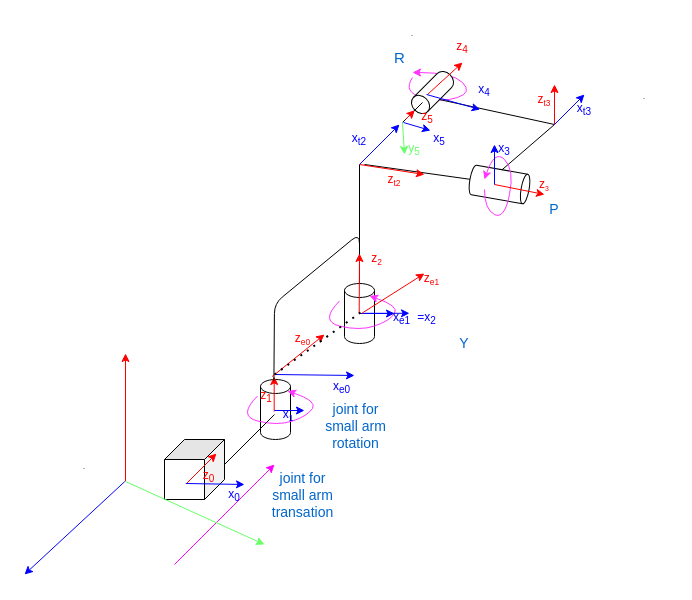
This is modeling/vscode_draw/handel_DH_ver3.drawio from Ouch-Lee/diploma_project, a draw.io file, before an edit. Source tidied: cells renumbered, new cells numbered last; positions are measured from the earlier drawing's top-left corner, leaving out a move shared by most shapes. Both pictures are drawn from the tidied source at 100%, with x=0, y=0 at pixel (24, 17).
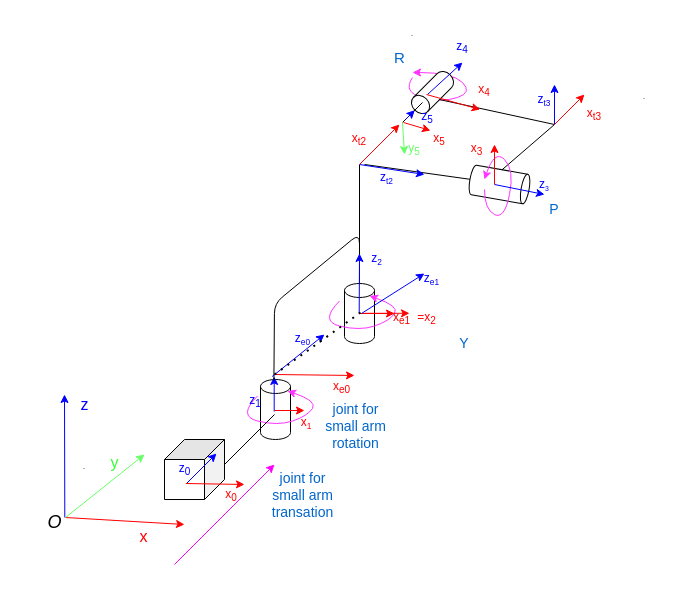
After the change.

Unchanged cells that the change refers to:
```xml
<mxCell id="11" style="shape=cylinder3;whiteSpace=wrap;html=1;boundedLbl=1;backgroundOutline=1;size=8.07968978321702;fontColor=#66FF66;rotation=-135;" parent="1" vertex="1">
  <mxGeometry x="398" y="50" width="20" height="50" as="geometry" />
</mxCell>
```

Diff of the diagram source:
```diff
@@
-    <mxCell id="14" style="endArrow=classic;html=1;strokeColor=#FF0000;" parent="1" edge="1">
+    <mxCell id="14" style="endArrow=classic;html=1;strokeColor=#0000FF;" parent="1" edge="1">
       <mxGeometry relative="1" as="geometry">
         <mxPoint x="162" y="466" as="sourcePoint" />
         <mxPoint x="192" y="436" as="targetPoint" />
       </mxGeometry>
     </mxCell>
-    <mxCell id="15" style="endArrow=classic;html=1;strokeColor=#FF0000;" parent="1" edge="1">
+    <mxCell id="15" style="endArrow=classic;html=1;strokeColor=#0000FF;" parent="1" edge="1">
       <mxGeometry relative="1" as="geometry">
         <mxPoint x="530" y="107" as="sourcePoint" />
         <mxPoint x="530" y="67" as="targetPoint" />
       </mxGeometry>
     </mxCell>
-    <mxCell id="16" style="endArrow=classic;html=1;strokeColor=#FF0000;" parent="1" edge="1">
+    <mxCell id="16" style="endArrow=classic;html=1;strokeColor=#0000FF;" parent="1" edge="1">
       <mxGeometry relative="1" as="geometry">
         <mxPoint x="470" y="167" as="sourcePoint" />
         <mxPoint x="520" y="177" as="targetPoint" />
       </mxGeometry>
     </mxCell>
-    <mxCell id="17" style="endArrow=classic;html=1;strokeColor=#FF0000;" parent="1" edge="1">
+    <mxCell id="17" style="endArrow=classic;html=1;strokeColor=#0000FF;" parent="1" edge="1">
       <mxGeometry relative="1" as="geometry">
         <mxPoint x="335" y="147" as="sourcePoint" />
         <mxPoint x="400" y="157" as="targetPoint" />
       </mxGeometry>
     </mxCell>
-    <mxCell id="18" style="endArrow=classic;html=1;strokeColor=#FF0000;" parent="1" edge="1">
+    <mxCell id="18" style="endArrow=classic;html=1;strokeColor=#0000FF;" parent="1" edge="1">
       <mxGeometry relative="1" as="geometry">
         <mxPoint x="249.7" y="394" as="sourcePoint" />
         <mxPoint x="249.7" y="359" as="targetPoint" />
       </mxGeometry>
     </mxCell>
-    <mxCell id="19" style="endArrow=classic;html=1;strokeColor=#FF0000;entryX=0.5;entryY=1;entryDx=0;entryDy=0;" parent="1" edge="1" target="41">
+    <mxCell id="19" style="endArrow=classic;html=1;strokeColor=#0000FF;entryX=0.5;entryY=1;entryDx=0;entryDy=0;" parent="1" edge="1" target="41">
       <mxGeometry relative="1" as="geometry">
         <mxPoint x="403" y="77" as="sourcePoint" />
       </mxGeometry>
     </mxCell>
-    <mxCell id="20" style="endArrow=classic;html=1;strokeColor=#0000FF;" parent="1" edge="1">
+    <mxCell id="20" style="endArrow=classic;html=1;strokeColor=#FF0000;" parent="1" edge="1">
       <mxGeometry relative="1" as="geometry">
         <mxPoint x="161.3" y="466" as="sourcePoint" />
         <mxPoint x="220" y="467" as="targetPoint" />
       </mxGeometry>
     </mxCell>
-    <mxCell id="21" style="endArrow=classic;html=1;strokeColor=#0000FF;" parent="1" edge="1">
+    <mxCell id="21" style="endArrow=classic;html=1;strokeColor=#FF0000;" parent="1" edge="1">
       <mxGeometry relative="1" as="geometry">
         <mxPoint x="250" y="393" as="sourcePoint" />
         <mxPoint x="280" y="393" as="targetPoint" />
       </mxGeometry>
     </mxCell>
-    <mxCell id="22" style="endArrow=classic;html=1;strokeColor=#0000FF;" parent="1" edge="1">
+    <mxCell id="22" style="endArrow=classic;html=1;strokeColor=#FF0000;" parent="1" edge="1">
       <mxGeometry relative="1" as="geometry">
         <mxPoint x="335" y="147" as="sourcePoint" />
         <mxPoint x="375" y="107" as="targetPoint" />
       </mxGeometry>
     </mxCell>
-    <mxCell id="23" style="endArrow=classic;html=1;strokeColor=#0000FF;" parent="1" edge="1">
+    <mxCell id="23" style="endArrow=classic;html=1;strokeColor=#FF0000;" parent="1" edge="1">
       <mxGeometry relative="1" as="geometry">
         <mxPoint x="470" y="167" as="sourcePoint" />
         <mxPoint x="470" y="127" as="targetPoint" />
       </mxGeometry>
     </mxCell>
-    <mxCell id="24" style="endArrow=classic;html=1;strokeColor=#0000FF;" parent="1" edge="1">
+    <mxCell id="24" style="endArrow=classic;html=1;strokeColor=#FF0000;" parent="1" edge="1">
       <mxGeometry relative="1" as="geometry">
         <mxPoint x="530" y="107" as="sourcePoint" />
         <mxPoint x="560" y="77" as="targetPoint" />
       </mxGeometry>
     </mxCell>
-    <mxCell id="25" style="endArrow=classic;html=1;strokeColor=#0000FF;entryX=0.127;entryY=1.066;entryDx=0;entryDy=0;entryPerimeter=0;" parent="1" edge="1">
+    <mxCell id="25" style="endArrow=classic;html=1;strokeColor=#FF0000;entryX=0.127;entryY=1.066;entryDx=0;entryDy=0;entryPerimeter=0;" parent="1" edge="1">
       <mxGeometry relative="1" as="geometry">
         <mxPoint x="402" y="77" as="sourcePoint" />
         <mxPoint x="455.6" y="92" as="targetPoint" />
       </mxGeometry>
     </mxCell>
-    <mxCell id="26" value="z&lt;sub&gt;0&lt;/sub&gt;" style="text;html=1;strokeColor=none;fillColor=none;align=center;verticalAlign=middle;whiteSpace=wrap;rounded=0;fontColor=#FF0000;" parent="1" vertex="1">
-      <mxGeometry x="159" y="447" width="51" height="23" as="geometry" />
+    <mxCell id="26" value="&lt;font color=&quot;#0000ff&quot;&gt;z&lt;sub&gt;0&lt;/sub&gt;&lt;/font&gt;" style="text;html=1;strokeColor=none;fillColor=none;align=center;verticalAlign=middle;whiteSpace=wrap;rounded=0;fontColor=#FF0000;" parent="1" vertex="1">
+      <mxGeometry x="140" y="440.5" width="41" height="23" as="geometry" />
     </mxCell>
-    <mxCell id="27" value="z&lt;sub&gt;1&lt;/sub&gt;" style="text;html=1;strokeColor=none;fillColor=none;align=center;verticalAlign=middle;whiteSpace=wrap;rounded=0;fontColor=#FF0000;" parent="1" vertex="1">
-      <mxGeometry x="212" y="364" width="60" height="30" as="geometry" />
+    <mxCell id="27" value="&lt;font color=&quot;#0000ff&quot;&gt;z&lt;sub&gt;1&lt;/sub&gt;&lt;/font&gt;" style="text;html=1;strokeColor=none;fillColor=none;align=center;verticalAlign=middle;whiteSpace=wrap;rounded=0;fontColor=#FF0000;" parent="1" vertex="1">
+      <mxGeometry x="212" y="375" width="38" height="17" as="geometry" />
     </mxCell>
-    <mxCell id="28" value="z&lt;span style=&quot;font-size: 8.33333px&quot;&gt;&lt;sub&gt;3&lt;/sub&gt;&lt;/span&gt;" style="text;html=1;strokeColor=none;fillColor=none;align=center;verticalAlign=middle;whiteSpace=wrap;rounded=0;fontColor=#FF0000;" parent="1" vertex="1">
+    <mxCell id="28" value="&lt;font color=&quot;#0000ff&quot;&gt;z&lt;span style=&quot;font-size: 8.33333px&quot;&gt;&lt;sub&gt;3&lt;/sub&gt;&lt;/span&gt;&lt;/font&gt;" style="text;html=1;strokeColor=none;fillColor=none;align=center;verticalAlign=middle;whiteSpace=wrap;rounded=0;fontColor=#FF0000;" parent="1" vertex="1">
       <mxGeometry x="490" y="152" width="60" height="30" as="geometry" />
     </mxCell>
-    <mxCell id="29" value="z&lt;span style=&quot;font-size: 10px&quot;&gt;&lt;sub&gt;t2&lt;/sub&gt;&lt;/span&gt;" style="text;html=1;strokeColor=none;fillColor=none;align=center;verticalAlign=middle;whiteSpace=wrap;rounded=0;fontColor=#FF0000;" parent="1" vertex="1">
-      <mxGeometry x="340" y="147" width="60" height="30" as="geometry" />
+    <mxCell id="29" value="&lt;font color=&quot;#0000ff&quot;&gt;z&lt;span style=&quot;font-size: 10px&quot;&gt;&lt;sub&gt;t2&lt;/sub&gt;&lt;/span&gt;&lt;/font&gt;" style="text;html=1;strokeColor=none;fillColor=none;align=center;verticalAlign=middle;whiteSpace=wrap;rounded=0;fontColor=#FF0000;" parent="1" vertex="1">
+      <mxGeometry x="340" y="152" width="45" height="15" as="geometry" />
     </mxCell>
-    <mxCell id="30" value="z&lt;span style=&quot;font-size: 10px&quot;&gt;&lt;sub&gt;t3&lt;/sub&gt;&lt;/span&gt;" style="text;html=1;strokeColor=none;fillColor=none;align=center;verticalAlign=middle;whiteSpace=wrap;rounded=0;fontColor=#FF0000;" parent="1" vertex="1">
+    <mxCell id="30" value="&lt;font color=&quot;#0000ff&quot;&gt;z&lt;span style=&quot;font-size: 10px&quot;&gt;&lt;sub&gt;t3&lt;/sub&gt;&lt;/span&gt;&lt;/font&gt;" style="text;html=1;strokeColor=none;fillColor=none;align=center;verticalAlign=middle;whiteSpace=wrap;rounded=0;fontColor=#FF0000;" parent="1" vertex="1">
       <mxGeometry x="490" y="67" width="60" height="30" as="geometry" />
     </mxCell>
-    <mxCell id="31" value="x&lt;sub&gt;0&lt;/sub&gt;" style="text;html=1;strokeColor=none;fillColor=none;align=center;verticalAlign=middle;whiteSpace=wrap;rounded=0;fontColor=#0000FF;" parent="1" vertex="1">
-      <mxGeometry x="184" y="470" width="52" height="16" as="geometry" />
+    <mxCell id="31" value="&lt;font color=&quot;#ff0000&quot;&gt;x&lt;sub&gt;0&lt;/sub&gt;&lt;/font&gt;" style="text;html=1;strokeColor=none;fillColor=none;align=center;verticalAlign=middle;whiteSpace=wrap;rounded=0;fontColor=#0000FF;" parent="1" vertex="1">
+      <mxGeometry x="181" y="470" width="52" height="16" as="geometry" />
     </mxCell>
-    <mxCell id="32" value="x&lt;span style=&quot;font-size: 10px&quot;&gt;&lt;sub&gt;1&lt;/sub&gt;&lt;/span&gt;" style="text;html=1;strokeColor=none;fillColor=none;align=center;verticalAlign=middle;whiteSpace=wrap;rounded=0;fontColor=#0000FF;" parent="1" vertex="1">
-      <mxGeometry x="234" y="382" width="60" height="30" as="geometry" />
+    <mxCell id="32" value="&lt;font color=&quot;#ff0000&quot;&gt;x&lt;span style=&quot;font-size: 10px&quot;&gt;&lt;sub&gt;1&lt;/sub&gt;&lt;/span&gt;&lt;/font&gt;" style="text;html=1;strokeColor=none;fillColor=none;align=center;verticalAlign=middle;whiteSpace=wrap;rounded=0;fontColor=#0000FF;" parent="1" vertex="1">
+      <mxGeometry x="259" y="392" width="46" height="25" as="geometry" />
     </mxCell>
-    <mxCell id="33" value="x&lt;sub&gt;3&lt;/sub&gt;" style="text;html=1;strokeColor=none;fillColor=none;align=center;verticalAlign=middle;whiteSpace=wrap;rounded=0;fontColor=#0000FF;" parent="1" vertex="1">
-      <mxGeometry x="450" y="117" width="60" height="30" as="geometry" />
+    <mxCell id="33" value="&lt;font color=&quot;#ff0000&quot;&gt;x&lt;sub&gt;3&lt;/sub&gt;&lt;/font&gt;" style="text;html=1;strokeColor=none;fillColor=none;align=center;verticalAlign=middle;whiteSpace=wrap;rounded=0;fontColor=#0000FF;" parent="1" vertex="1">
+      <mxGeometry x="435" y="122" width="35" height="19" as="geometry" />
     </mxCell>
-    <mxCell id="34" value="x&lt;sub&gt;4&lt;/sub&gt;" style="text;html=1;strokeColor=none;fillColor=none;align=center;verticalAlign=middle;whiteSpace=wrap;rounded=0;fontColor=#0000FF;" parent="1" vertex="1">
+    <mxCell id="34" value="&lt;font color=&quot;#ff0000&quot;&gt;x&lt;sub&gt;4&lt;/sub&gt;&lt;/font&gt;" style="text;html=1;strokeColor=none;fillColor=none;align=center;verticalAlign=middle;whiteSpace=wrap;rounded=0;fontColor=#0000FF;" parent="1" vertex="1">
       <mxGeometry x="440" y="65" width="40" height="16" as="geometry" />
     </mxCell>
-    <mxCell id="35" value="x&lt;sub&gt;t2&lt;/sub&gt;" style="text;html=1;strokeColor=none;fillColor=none;align=center;verticalAlign=middle;whiteSpace=wrap;rounded=0;fontColor=#0000FF;" parent="1" vertex="1">
+    <mxCell id="35" value="&lt;font color=&quot;#ff0000&quot;&gt;x&lt;sub&gt;t2&lt;/sub&gt;&lt;/font&gt;" style="text;html=1;strokeColor=none;fillColor=none;align=center;verticalAlign=middle;whiteSpace=wrap;rounded=0;fontColor=#0000FF;" parent="1" vertex="1">
       <mxGeometry x="305" y="107" width="60" height="30" as="geometry" />
     </mxCell>
-    <mxCell id="36" value="x&lt;sub&gt;t3&lt;/sub&gt;" style="text;html=1;strokeColor=none;fillColor=none;align=center;verticalAlign=middle;whiteSpace=wrap;rounded=0;fontColor=#0000FF;" parent="1" vertex="1">
-      <mxGeometry x="530" y="77" width="60" height="30" as="geometry" />
+    <mxCell id="36" value="&lt;font color=&quot;#ff0000&quot;&gt;x&lt;sub&gt;t3&lt;/sub&gt;&lt;/font&gt;" style="text;html=1;strokeColor=none;fillColor=none;align=center;verticalAlign=middle;whiteSpace=wrap;rounded=0;fontColor=#0000FF;" parent="1" vertex="1">
+      <mxGeometry x="550" y="87" width="40" height="20" as="geometry" />
     </mxCell>
@@
-    <mxCell id="38" style="endArrow=classic;html=1;strokeColor=#0000FF;entryX=0;entryY=0;entryDx=0;entryDy=0;" parent="1" edge="1">
+    <mxCell id="38" style="endArrow=classic;html=1;strokeColor=#FF0000;entryX=0;entryY=0;entryDx=0;entryDy=0;" parent="1" edge="1">
       <mxGeometry relative="1" as="geometry">
         <mxPoint x="379" y="105" as="sourcePoint" />
         <mxPoint x="406" y="113" as="targetPoint" />
       </mxGeometry>
     </mxCell>
-    <mxCell id="39" style="endArrow=classic;html=1;strokeColor=#FF0000;entryX=0.5;entryY=0;entryDx=0;entryDy=0;entryPerimeter=0;" parent="1" edge="1" target="11">
+    <mxCell id="39" style="endArrow=classic;html=1;strokeColor=#0000FF;entryX=0.5;entryY=0;entryDx=0;entryDy=0;entryPerimeter=0;" parent="1" edge="1" target="11">
       <mxGeometry relative="1" as="geometry">
         <mxPoint x="381" y="102" as="sourcePoint" />
       </mxGeometry>
     </mxCell>
@@
-    <mxCell id="41" value="z&lt;sub&gt;4&lt;/sub&gt;" style="text;html=1;strokeColor=none;fillColor=none;align=center;verticalAlign=middle;whiteSpace=wrap;rounded=0;fontColor=#FF0000;" parent="1" vertex="1">
+    <mxCell id="41" value="&lt;font color=&quot;#0000ff&quot;&gt;z&lt;sub&gt;4&lt;/sub&gt;&lt;/font&gt;" style="text;html=1;strokeColor=none;fillColor=none;align=center;verticalAlign=middle;whiteSpace=wrap;rounded=0;fontColor=#FF0000;" parent="1" vertex="1">
       <mxGeometry x="408" y="15" width="60" height="30" as="geometry" />
     </mxCell>
-    <mxCell id="42" value="z&lt;sub&gt;5&lt;/sub&gt;" style="text;html=1;strokeColor=none;fillColor=none;align=center;verticalAlign=middle;whiteSpace=wrap;rounded=0;fontColor=#FF0000;" parent="1" vertex="1">
+    <mxCell id="42" value="&lt;font color=&quot;#0000ff&quot;&gt;z&lt;sub&gt;5&lt;/sub&gt;&lt;/font&gt;" style="text;html=1;strokeColor=none;fillColor=none;align=center;verticalAlign=middle;whiteSpace=wrap;rounded=0;fontColor=#FF0000;" parent="1" vertex="1">
       <mxGeometry x="388" y="90" width="30" height="20" as="geometry" />
     </mxCell>
-    <mxCell id="43" value="x&lt;sub&gt;5&lt;/sub&gt;" style="text;html=1;strokeColor=none;fillColor=none;align=center;verticalAlign=middle;whiteSpace=wrap;rounded=0;fontColor=#0000FF;" parent="1" vertex="1">
+    <mxCell id="43" value="&lt;font color=&quot;#ff0000&quot;&gt;x&lt;sub&gt;5&lt;/sub&gt;&lt;/font&gt;" style="text;html=1;strokeColor=none;fillColor=none;align=center;verticalAlign=middle;whiteSpace=wrap;rounded=0;fontColor=#0000FF;" parent="1" vertex="1">
       <mxGeometry x="395" y="117" width="40" height="10" as="geometry" />
     </mxCell>
@@
-    <mxCell id="56" style="endArrow=classic;html=1;strokeColor=#FF0000;" parent="1" edge="1">
+    <mxCell id="56" style="endArrow=classic;html=1;strokeColor=#0000FF;" parent="1" edge="1">
       <mxGeometry relative="1" as="geometry">
         <mxPoint x="334.7" y="296" as="sourcePoint" />
         <mxPoint x="335" y="236" as="targetPoint" />
       </mxGeometry>
     </mxCell>
-    <mxCell id="57" style="endArrow=classic;html=1;strokeColor=#0000FF;" parent="1" edge="1">
+    <mxCell id="57" style="endArrow=classic;html=1;strokeColor=#FF0000;" parent="1" edge="1">
       <mxGeometry relative="1" as="geometry">
         <mxPoint x="335" y="296" as="sourcePoint" />
         <mxPoint x="370" y="296" as="targetPoint" />
       </mxGeometry>
     </mxCell>
-    <mxCell id="58" value="z&lt;span style=&quot;font-size: 10px&quot;&gt;&lt;sub&gt;2&lt;/sub&gt;&lt;/span&gt;" style="text;html=1;strokeColor=none;fillColor=none;align=center;verticalAlign=middle;whiteSpace=wrap;rounded=0;fontColor=#FF0000;" parent="1" vertex="1">
+    <mxCell id="58" value="&lt;font color=&quot;#0000ff&quot;&gt;z&lt;span style=&quot;font-size: 10px&quot;&gt;&lt;sub&gt;2&lt;/sub&gt;&lt;/span&gt;&lt;/font&gt;" style="text;html=1;strokeColor=none;fillColor=none;align=center;verticalAlign=middle;whiteSpace=wrap;rounded=0;fontColor=#FF0000;" parent="1" vertex="1">
       <mxGeometry x="340" y="236" width="25" height="10" as="geometry" />
     </mxCell>
-    <mxCell id="59" value="=x&lt;sub&gt;2&lt;/sub&gt;" style="text;html=1;strokeColor=none;fillColor=none;align=center;verticalAlign=middle;whiteSpace=wrap;rounded=0;fontColor=#0000FF;" parent="1" vertex="1">
+    <mxCell id="59" value="&lt;font color=&quot;#ff0000&quot;&gt;=x&lt;sub&gt;2&lt;/sub&gt;&lt;/font&gt;" style="text;html=1;strokeColor=none;fillColor=none;align=center;verticalAlign=middle;whiteSpace=wrap;rounded=0;fontColor=#0000FF;" parent="1" vertex="1">
       <mxGeometry x="385" y="296" width="35" height="10" as="geometry" />
     </mxCell>
-    <mxCell id="60" style="endArrow=classic;html=1;strokeColor=#FF0000;" parent="1" edge="1">
+    <mxCell id="60" style="endArrow=classic;html=1;strokeColor=#0000FF;" parent="1" edge="1">
       <mxGeometry relative="1" as="geometry">
         <mxPoint x="247.7" y="359" as="sourcePoint" />
         <mxPoint x="300" y="317" as="targetPoint" />
       </mxGeometry>
     </mxCell>
-    <mxCell id="61" style="endArrow=classic;html=1;strokeColor=#0000FF;" parent="1" edge="1">
+    <mxCell id="61" style="endArrow=classic;html=1;strokeColor=#FF0000;" parent="1" edge="1">
       <mxGeometry relative="1" as="geometry">
         <mxPoint x="250.5" y="357" as="sourcePoint" />
         <mxPoint x="330" y="358" as="targetPoint" />
       </mxGeometry>
     </mxCell>
-    <mxCell id="62" style="endArrow=classic;html=1;strokeColor=#FF0000;" parent="1" edge="1">
+    <mxCell id="62" style="endArrow=classic;html=1;strokeColor=#0000FF;" parent="1" edge="1">
       <mxGeometry relative="1" as="geometry">
         <mxPoint x="337.3" y="295.8" as="sourcePoint" />
         <mxPoint x="400" y="256" as="targetPoint" />
       </mxGeometry>
     </mxCell>
-    <mxCell id="63" value="z&lt;span style=&quot;font-size: 10px&quot;&gt;&lt;sub&gt;e1&lt;/sub&gt;&lt;/span&gt;" style="text;html=1;strokeColor=none;fillColor=none;align=center;verticalAlign=middle;whiteSpace=wrap;rounded=0;fontColor=#FF0000;" parent="1" vertex="1">
+    <mxCell id="63" value="&lt;font color=&quot;#0000ff&quot;&gt;z&lt;span style=&quot;font-size: 10px&quot;&gt;&lt;sub&gt;e1&lt;/sub&gt;&lt;/span&gt;&lt;/font&gt;" style="text;html=1;strokeColor=none;fillColor=none;align=center;verticalAlign=middle;whiteSpace=wrap;rounded=0;fontColor=#FF0000;" parent="1" vertex="1">
       <mxGeometry x="395" y="256" width="25" height="10" as="geometry" />
     </mxCell>
-    <mxCell id="64" value="z&lt;span style=&quot;font-size: 10px&quot;&gt;&lt;sub&gt;e0&lt;/sub&gt;&lt;/span&gt;" style="text;html=1;strokeColor=none;fillColor=none;align=center;verticalAlign=middle;whiteSpace=wrap;rounded=0;fontColor=#FF0000;" parent="1" vertex="1">
+    <mxCell id="64" value="&lt;font color=&quot;#0000ff&quot;&gt;z&lt;span style=&quot;font-size: 10px&quot;&gt;&lt;sub&gt;e0&lt;/sub&gt;&lt;/span&gt;&lt;/font&gt;" style="text;html=1;strokeColor=none;fillColor=none;align=center;verticalAlign=middle;whiteSpace=wrap;rounded=0;fontColor=#FF0000;" parent="1" vertex="1">
       <mxGeometry x="266" y="316" width="25" height="10" as="geometry" />
     </mxCell>
-    <mxCell id="65" value="x&lt;sub&gt;e1&lt;/sub&gt;" style="text;html=1;strokeColor=none;fillColor=none;align=center;verticalAlign=middle;whiteSpace=wrap;rounded=0;fontColor=#0000FF;" parent="1" vertex="1">
+    <mxCell id="65" value="&lt;font color=&quot;#ff0000&quot;&gt;x&lt;sub&gt;e1&lt;/sub&gt;&lt;/font&gt;" style="text;html=1;strokeColor=none;fillColor=none;align=center;verticalAlign=middle;whiteSpace=wrap;rounded=0;fontColor=#0000FF;" parent="1" vertex="1">
       <mxGeometry x="365" y="296" width="25" height="10" as="geometry" />
     </mxCell>
-    <mxCell id="66" style="endArrow=classic;html=1;strokeColor=#0000FF;" parent="1" edge="1">
+    <mxCell id="66" style="endArrow=classic;html=1;strokeColor=#FF0000;" parent="1" edge="1">
       <mxGeometry relative="1" as="geometry">
         <mxPoint x="340" y="295.8" as="sourcePoint" />
         <mxPoint x="385" y="295.8" as="targetPoint" />
       </mxGeometry>
     </mxCell>
-    <mxCell id="67" value="x&lt;sub&gt;e0&lt;/sub&gt;" style="text;html=1;strokeColor=none;fillColor=none;align=center;verticalAlign=middle;whiteSpace=wrap;rounded=0;fontColor=#0000FF;" parent="1" vertex="1">
+    <mxCell id="67" value="&lt;font color=&quot;#ff0000&quot;&gt;x&lt;sub&gt;e0&lt;/sub&gt;&lt;/font&gt;" style="text;html=1;strokeColor=none;fillColor=none;align=center;verticalAlign=middle;whiteSpace=wrap;rounded=0;fontColor=#0000FF;" parent="1" vertex="1">
       <mxGeometry x="305" y="364" width="25" height="11" as="geometry" />
     </mxCell>
@@
     <mxCell id="70" style="endArrow=classic;html=1;strokeColor=#0000FF;" parent="1" edge="1">
       <mxGeometry relative="1" as="geometry">
-        <mxPoint x="100.3" y="464" as="sourcePoint" />
-        <mxPoint y="557" as="targetPoint" />
+        <mxPoint x="40.3" y="500" as="sourcePoint" />
+        <mxPoint x="40" y="377" as="targetPoint" />
       </mxGeometry>
     </mxCell>
     <mxCell id="71" style="endArrow=classic;html=1;strokeColor=#FF0000;" parent="1" edge="1">
       <mxGeometry relative="1" as="geometry">
-        <mxPoint x="101" y="464" as="sourcePoint" />
-        <mxPoint x="101" y="336" as="targetPoint" />
+        <mxPoint x="41" y="500" as="sourcePoint" />
+        <mxPoint x="160" y="507" as="targetPoint" />
       </mxGeometry>
     </mxCell>
     <mxCell id="72" style="endArrow=classic;html=1;strokeColor=#66FF66;" parent="1" edge="1">
       <mxGeometry relative="1" as="geometry">
-        <mxPoint x="101" y="464" as="sourcePoint" />
-        <mxPoint x="240" y="527" as="targetPoint" />
+        <mxPoint x="41" y="500" as="sourcePoint" />
+        <mxPoint x="120" y="437" as="targetPoint" />
       </mxGeometry>
     </mxCell>
+    <mxCell id="73" value="&lt;font style=&quot;font-size: 16px;&quot; color=&quot;#0000ff&quot;&gt;z&lt;/font&gt;" style="text;html=1;strokeColor=none;fillColor=none;align=center;verticalAlign=middle;whiteSpace=wrap;rounded=0;fontColor=#FF0000;" parent="1" vertex="1">
+      <mxGeometry x="39.5" y="375" width="41" height="23" as="geometry" />
+    </mxCell>
+    <mxCell id="74" value="&lt;font color=&quot;#33ff33&quot; style=&quot;font-size: 16px;&quot;&gt;y&lt;/font&gt;" style="text;html=1;strokeColor=none;fillColor=none;align=center;verticalAlign=middle;whiteSpace=wrap;rounded=0;fontColor=#FF0000;" parent="1" vertex="1">
+      <mxGeometry x="70" y="433" width="41" height="23" as="geometry" />
+    </mxCell>
+    <mxCell id="75" value="&lt;font style=&quot;font-size: 16px;&quot;&gt;x&lt;/font&gt;" style="text;html=1;strokeColor=none;fillColor=none;align=center;verticalAlign=middle;whiteSpace=wrap;rounded=0;fontColor=#FF0000;" parent="1" vertex="1">
+      <mxGeometry x="99" y="507" width="41" height="23" as="geometry" />
+    </mxCell>
+    <mxCell id="76" value="&lt;font size=&quot;1&quot; color=&quot;#000000&quot; style=&quot;&quot;&gt;&lt;i style=&quot;font-size: 18px;&quot;&gt;O&lt;/i&gt;&lt;/font&gt;" style="text;html=1;strokeColor=none;fillColor=none;align=center;verticalAlign=middle;whiteSpace=wrap;rounded=0;fontColor=#FF0000;" parent="1" vertex="1">
+      <mxGeometry x="10" y="493" width="41" height="23" as="geometry" />
+    </mxCell>
```
